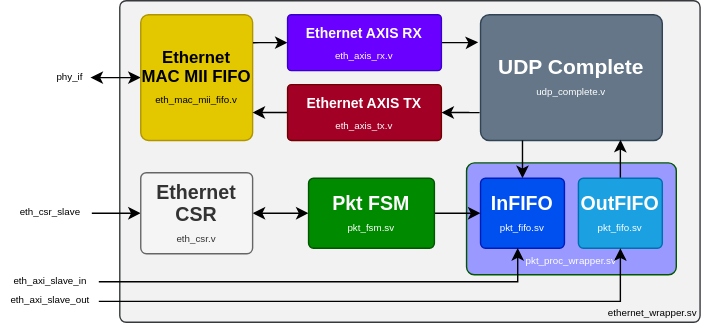
This is docs/eth_axi.svg from aignacio/ethernet_axi, a draw.io export, as it was before one commit. Source tidied: cells renumbered, new cells last; positions are measured from the earlier drawing's top-left corner, leaving out a move shared by most shapes.
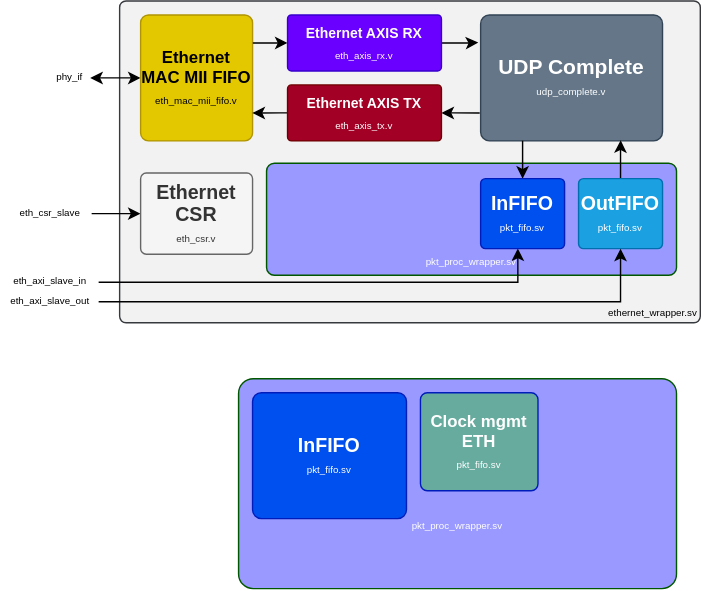
The same file after the commit.

The edit, as a diff of the source:
```diff
@@ -2,15 +2,15 @@
   <root>
     <mxCell id="0" />
     <mxCell id="1" parent="0" />
+    <mxCell id="28" value="&lt;br&gt;&lt;br&gt;&lt;br&gt;&lt;br&gt;&lt;font style=&quot;font-size: 7px;&quot;&gt;pkt_proc_wrapper.sv&lt;/font&gt;" style="rounded=1;whiteSpace=wrap;html=1;arcSize=7;fillColor=#9999FF;strokeColor=#005700;fontColor=#ffffff;" parent="1" vertex="1">
+      <mxGeometry x="170" y="270" width="313" height="150" as="geometry" />
+    </mxCell>
     <mxCell id="2" value="&lt;br&gt;&lt;br&gt;&lt;br&gt;&lt;br&gt;&lt;br&gt;&lt;br&gt;&lt;br&gt;&lt;br&gt;&lt;br&gt;&lt;br&gt;&lt;br&gt;&lt;br&gt;&lt;br&gt;&lt;br&gt;&lt;br&gt;&lt;br&gt;&lt;br&gt;&lt;br&gt;&lt;br&gt;&lt;br&gt;&lt;br&gt;&lt;br&gt;&lt;br&gt;&lt;br&gt;&lt;br&gt;&lt;br&gt;ethernet_wrapper.sv" style="rounded=1;whiteSpace=wrap;html=1;fontSize=7;arcSize=2;fillColor=#F2F2F2;strokeColor=#36393d;align=right;" parent="1" vertex="1">
       <mxGeometry x="85" width="415" height="230" as="geometry" />
     </mxCell>
     <mxCell id="3" value="&lt;br&gt;&lt;br&gt;&lt;br&gt;&lt;br&gt;&lt;font style=&quot;font-size: 7px;&quot;&gt;pkt_proc_wrapper.sv&lt;/font&gt;" style="rounded=1;whiteSpace=wrap;html=1;arcSize=7;fillColor=#9999FF;strokeColor=#005700;fontColor=#ffffff;" parent="1" vertex="1">
-      <mxGeometry x="333" y="116" width="150" height="80" as="geometry" />
+      <mxGeometry x="190" y="116" width="293" height="80" as="geometry" />
     </mxCell>
-    <mxCell id="4" style="edgeStyle=orthogonalEdgeStyle;rounded=0;jettySize=auto;html=1;fontSize=12;startArrow=classic;startFill=1;endArrow=classic;endFill=1;" parent="1" edge="1" source="6" target="19">
-      <mxGeometry relative="1" as="geometry" />
-    </mxCell>
     <mxCell id="5" style="edgeStyle=orthogonalEdgeStyle;rounded=0;jettySize=auto;html=1;fontSize=7;startArrow=classic;startFill=1;endArrow=none;endFill=0;" parent="1" edge="1" source="6" target="26">
       <mxGeometry relative="1" as="geometry" />
     </mxCell>
@@ -44,30 +44,24 @@
     <mxCell id="15" value="&lt;b style=&quot;font-size: 15px;&quot;&gt;UDP Complete&lt;br&gt;&lt;/b&gt;&lt;font style=&quot;font-size: 7px;&quot;&gt;udp_complete.v&lt;/font&gt;" style="rounded=1;whiteSpace=wrap;html=1;arcSize=7;fillColor=#647687;strokeColor=#314354;fontColor=#ffffff;" parent="1" vertex="1">
       <mxGeometry x="343" y="10" width="130" height="90" as="geometry" />
     </mxCell>
-    <mxCell id="16" style="edgeStyle=orthogonalEdgeStyle;rounded=0;jettySize=auto;html=1;exitX=0.5;exitY=0;exitDx=0;exitDy=0;fontSize=12;startArrow=classic;startFill=1;endArrow=none;endFill=0;entryX=0.237;entryY=0.999;entryDx=0;entryDy=0;entryPerimeter=0;" parent="1" edge="1" source="17" target="15">
+    <mxCell id="16" style="edgeStyle=orthogonalEdgeStyle;rounded=0;jettySize=auto;html=1;exitX=0.5;exitY=0;exitDx=0;exitDy=0;fontSize=12;startArrow=classic;startFill=1;endArrow=none;endFill=0;entryX=0.237;entryY=0.999;entryDx=0;entryDy=0;entryPerimeter=0;" parent="1" edge="1" target="15">
       <mxGeometry relative="1" as="geometry">
+        <mxPoint x="373" y="127" as="sourcePoint" />
         <Array as="points">
           <mxPoint x="373" y="100" />
         </Array>
       </mxGeometry>
     </mxCell>
-    <mxCell id="17" value="&lt;span style=&quot;font-weight: bold; font-size: 14px;&quot;&gt;InFIFO&lt;/span&gt;&lt;br&gt;&lt;font style=&quot;font-size: 7px;&quot;&gt;pkt_fifo.sv&lt;/font&gt;" style="rounded=1;whiteSpace=wrap;html=1;arcSize=7;fillColor=#0050ef;strokeColor=#001DBC;fontColor=#ffffff;rotation=0;" parent="1" vertex="1">
-      <mxGeometry x="343" y="127" width="60" height="50" as="geometry" />
-    </mxCell>
-    <mxCell id="18" style="edgeStyle=orthogonalEdgeStyle;rounded=0;jettySize=auto;html=1;fontSize=12;entryX=0;entryY=0.5;entryDx=0;entryDy=0;" parent="1" edge="1" source="19" target="17">
-      <mxGeometry relative="1" as="geometry" />
-    </mxCell>
-    <mxCell id="19" value="&lt;font style=&quot;&quot;&gt;&lt;span style=&quot;font-size: 14px;&quot;&gt;&lt;b&gt;Pkt FSM&lt;br&gt;&lt;/b&gt;&lt;/span&gt;&lt;span style=&quot;font-size: 7px;&quot;&gt;pkt_fsm.sv&lt;/span&gt;&lt;/font&gt;" style="rounded=1;whiteSpace=wrap;html=1;arcSize=7;fillColor=#008a00;strokeColor=#005700;fontColor=#ffffff;" parent="1" vertex="1">
-      <mxGeometry x="220" y="127" width="90" height="50" as="geometry" />
-    </mxCell>
     <mxCell id="20" style="edgeStyle=orthogonalEdgeStyle;rounded=0;jettySize=auto;html=1;fontSize=12;entryX=0.77;entryY=0.994;entryDx=0;entryDy=0;entryPerimeter=0;" parent="1" edge="1" source="21" target="15">
       <mxGeometry relative="1" as="geometry" />
     </mxCell>
     <mxCell id="21" value="&lt;span style=&quot;font-weight: bold; font-size: 14px;&quot;&gt;OutFIFO&lt;/span&gt;&lt;br&gt;&lt;font style=&quot;font-size: 7px;&quot;&gt;pkt_fifo.sv&lt;/font&gt;" style="rounded=1;whiteSpace=wrap;html=1;arcSize=7;fillColor=#1ba1e2;strokeColor=#006EAF;fontColor=#ffffff;rotation=0;" parent="1" vertex="1">
       <mxGeometry x="413" y="127" width="60" height="50" as="geometry" />
     </mxCell>
-    <mxCell id="22" style="edgeStyle=orthogonalEdgeStyle;rounded=0;jettySize=auto;html=1;fontSize=7;startArrow=none;startFill=0;endArrow=classic;endFill=1;entryX=0.443;entryY=0.997;entryDx=0;entryDy=0;entryPerimeter=0;" parent="1" edge="1" source="23" target="17">
-      <mxGeometry relative="1" as="geometry" />
+    <mxCell id="22" style="edgeStyle=orthogonalEdgeStyle;rounded=0;jettySize=auto;html=1;fontSize=7;startArrow=none;startFill=0;endArrow=classic;endFill=1;entryX=0.443;entryY=0.997;entryDx=0;entryDy=0;entryPerimeter=0;" parent="1" edge="1" source="23">
+      <mxGeometry relative="1" as="geometry">
+        <mxPoint x="369.6" y="176.8" as="targetPoint" />
+      </mxGeometry>
     </mxCell>
     <mxCell id="23" value="eth_axi_slave_in" style="text;html=1;align=center;verticalAlign=middle;points=[];strokeColor=none;fillColor=none;fontSize=7;" parent="1" vertex="1">
       <mxGeometry y="196" width="70" height="10" as="geometry" />
@@ -84,5 +78,14 @@
     <mxCell id="27" value="phy_if" style="text;html=1;align=center;verticalAlign=middle;points=[];strokeColor=none;fillColor=none;fontSize=7;" parent="1" vertex="1">
       <mxGeometry x="34" y="50" width="30" height="10" as="geometry" />
     </mxCell>
+    <mxCell id="17" value="&lt;span style=&quot;font-weight: bold; font-size: 14px;&quot;&gt;InFIFO&lt;/span&gt;&lt;br&gt;&lt;font style=&quot;font-size: 7px;&quot;&gt;pkt_fifo.sv&lt;/font&gt;" style="rounded=1;whiteSpace=wrap;html=1;arcSize=7;fillColor=#0050ef;strokeColor=#001DBC;fontColor=#ffffff;rotation=0;" parent="1" vertex="1">
+      <mxGeometry x="343" y="127" width="60" height="50" as="geometry" />
+    </mxCell>
+    <mxCell id="29" value="&lt;span style=&quot;font-weight: bold; font-size: 14px;&quot;&gt;InFIFO&lt;/span&gt;&lt;br&gt;&lt;font style=&quot;font-size: 7px;&quot;&gt;pkt_fifo.sv&lt;/font&gt;" style="rounded=1;whiteSpace=wrap;html=1;arcSize=7;fillColor=#0050ef;strokeColor=#001DBC;fontColor=#ffffff;rotation=0;" parent="1" vertex="1">
+      <mxGeometry x="180" y="280" width="110" height="90" as="geometry" />
+    </mxCell>
+    <mxCell id="30" value="&lt;span style=&quot;font-weight: bold;&quot;&gt;&lt;font style=&quot;font-size: 12px;&quot;&gt;Clock mgmt ETH&lt;/font&gt;&lt;/span&gt;&lt;br&gt;&lt;font style=&quot;font-size: 7px;&quot;&gt;pkt_fifo.sv&lt;/font&gt;" style="rounded=1;whiteSpace=wrap;html=1;arcSize=7;fillColor=#67AB9F;strokeColor=#001DBC;fontColor=#ffffff;rotation=0;" parent="1" vertex="1">
+      <mxGeometry x="300" y="280" width="84" height="70" as="geometry" />
+    </mxCell>
   </root>
 </mxGraphModel>
```
